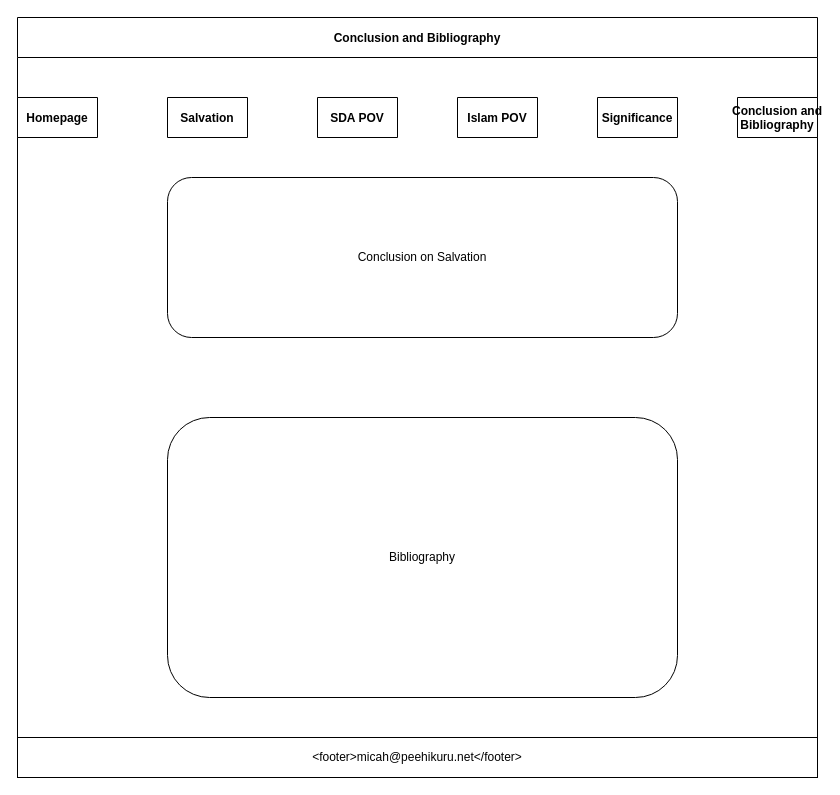
The draw.io diagram page "Conclusion and Bibliography" (6 of 6) of wireframe.drawio in Maori-boi/test-website, before the edit. Source tidied: cells renumbered, new cells numbered last; positions are measured from the earlier drawing's top-left corner, leaving out a move shared by most shapes. Both pictures are drawn from the tidied source at 100%, with x=0, y=0 at pixel (17, 17).
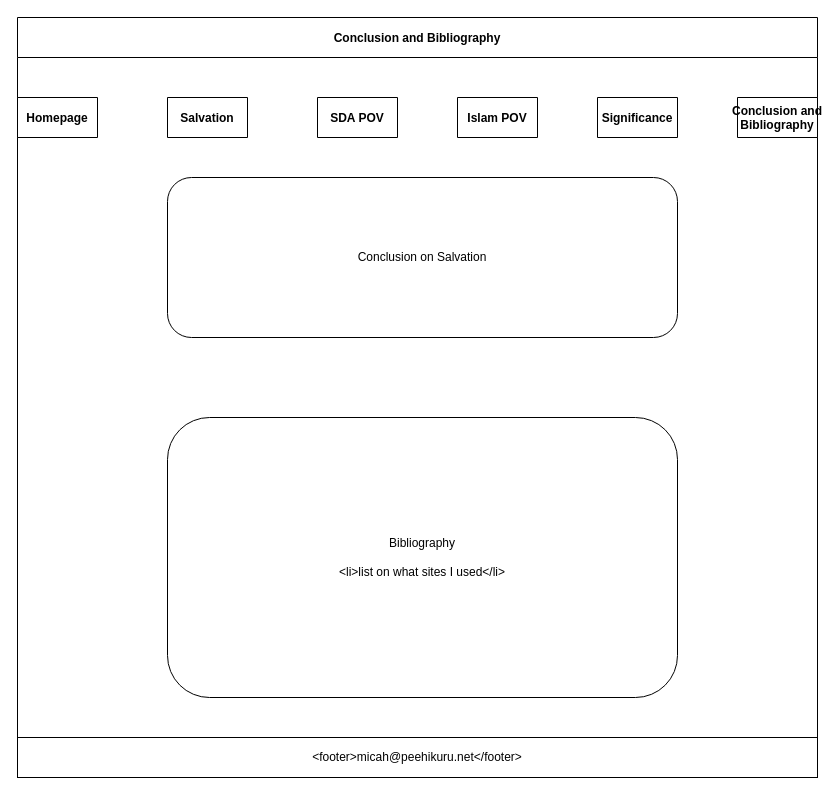
The same diagram, later.

The edit, as a diff of the source:
```diff
@@
 <mxGraphModel>
   <root>
     <mxCell id="0" />
     <mxCell id="1" parent="0" />
     <mxCell id="2" value="Conclusion and Bibliography" style="swimlane;startSize=40;horizontal=1;containerType=tree;" parent="1" vertex="1">
       <mxGeometry width="800" height="760" as="geometry" />
     </mxCell>
     <mxCell id="3" value="Conclusion on Salvation" style="rounded=1;whiteSpace=wrap;html=1;" parent="2" vertex="1">
       <mxGeometry x="150" y="160" width="510" height="160" as="geometry" />
     </mxCell>
-    <mxCell id="4" value="Bibliography" style="rounded=1;whiteSpace=wrap;html=1;" parent="2" vertex="1">
+    <mxCell id="4" value="Bibliography&lt;br&gt;&lt;br&gt;&amp;lt;li&amp;gt;list on what sites I used&amp;lt;/li&amp;gt;" style="rounded=1;whiteSpace=wrap;html=1;" parent="2" vertex="1">
       <mxGeometry x="150" y="400" width="510" height="280" as="geometry" />
     </mxCell>
     <mxCell id="5" value="Conclusion and &#10;Bibliography" style="swimlane;startSize=40;horizontal=1;containerType=tree;" parent="1" vertex="1" collapsed="1">
       <mxGeometry x="720" y="80" width="80" height="40" as="geometry" />
     </mxCell>
     <mxCell id="6" value="Significance" style="swimlane;startSize=40;horizontal=1;containerType=tree;" parent="1" vertex="1" collapsed="1">
       <mxGeometry x="580" y="80" width="80" height="40" as="geometry" />
     </mxCell>
     <mxCell id="7" value="Islam POV" style="swimlane;startSize=40;horizontal=1;containerType=tree;" parent="1" vertex="1" collapsed="1">
       <mxGeometry x="440" y="80" width="80" height="40" as="geometry" />
     </mxCell>
     <mxCell id="8" value="SDA POV" style="swimlane;startSize=40;horizontal=1;containerType=tree;" parent="1" vertex="1" collapsed="1">
       <mxGeometry x="300" y="80" width="80" height="40" as="geometry" />
     </mxCell>
     <mxCell id="9" value="Salvation" style="swimlane;startSize=40;horizontal=1;containerType=tree;" parent="1" vertex="1" collapsed="1">
       <mxGeometry x="150" y="80" width="80" height="40" as="geometry" />
     </mxCell>
     <mxCell id="10" value="Homepage" style="swimlane;startSize=40;horizontal=1;containerType=tree;" parent="1" vertex="1" collapsed="1">
       <mxGeometry y="80" width="80" height="40" as="geometry" />
     </mxCell>
     <mxCell id="11" value="&amp;lt;footer&amp;gt;micah@peehikuru.net&amp;lt;/footer&amp;gt;" style="rounded=0;whiteSpace=wrap;html=1;" parent="1" vertex="1">
       <mxGeometry y="720" width="800" height="40" as="geometry" />
     </mxCell>
   </root>
 </mxGraphModel>
```
